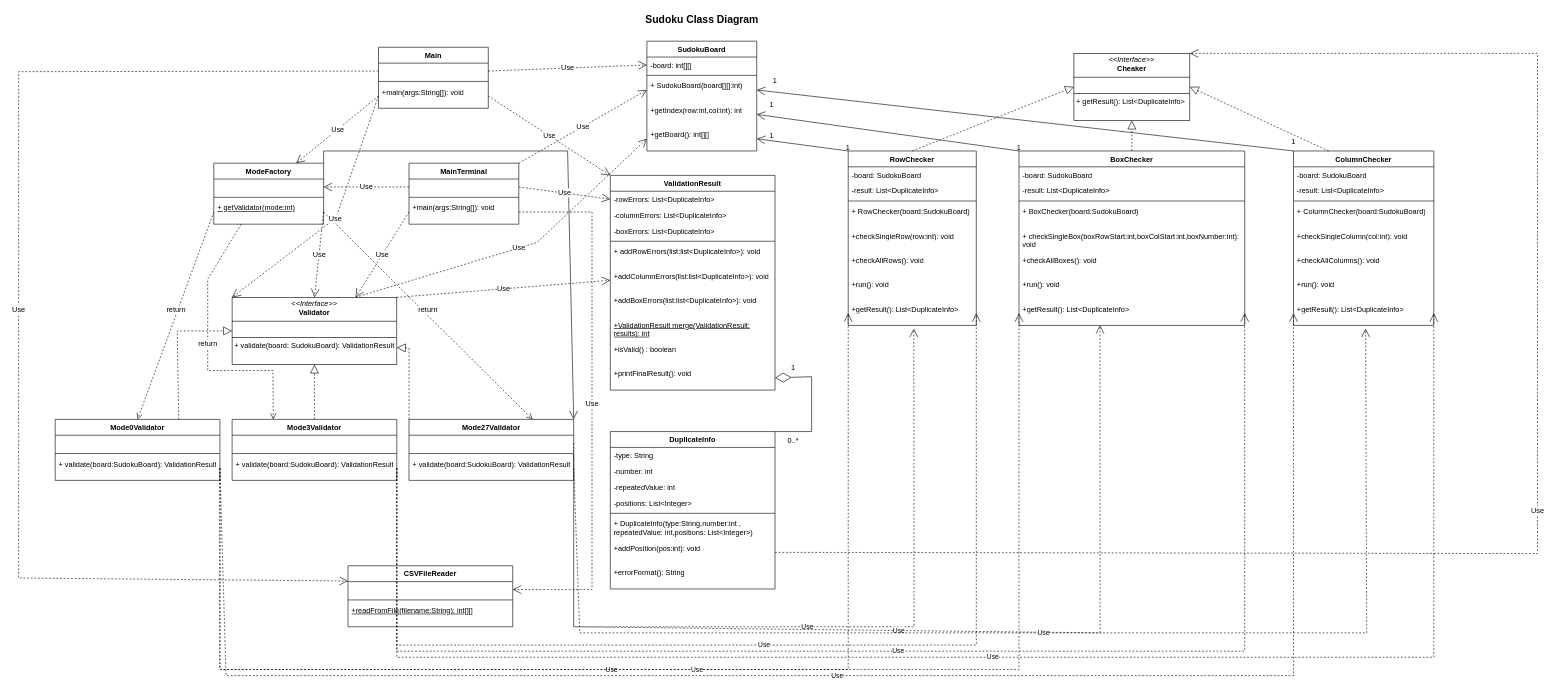
This is ClassDiagram.drawio from ghadeer4705/Lab9_Sudoku1, a draw.io file, before an edit. Source tidied: cells renumbered, new cells numbered last; positions are measured from the earlier drawing's top-left corner, leaving out a move shared by most shapes. Both pictures are drawn from the tidied source at 61%, with x=0, y=0 at pixel (18, 10).
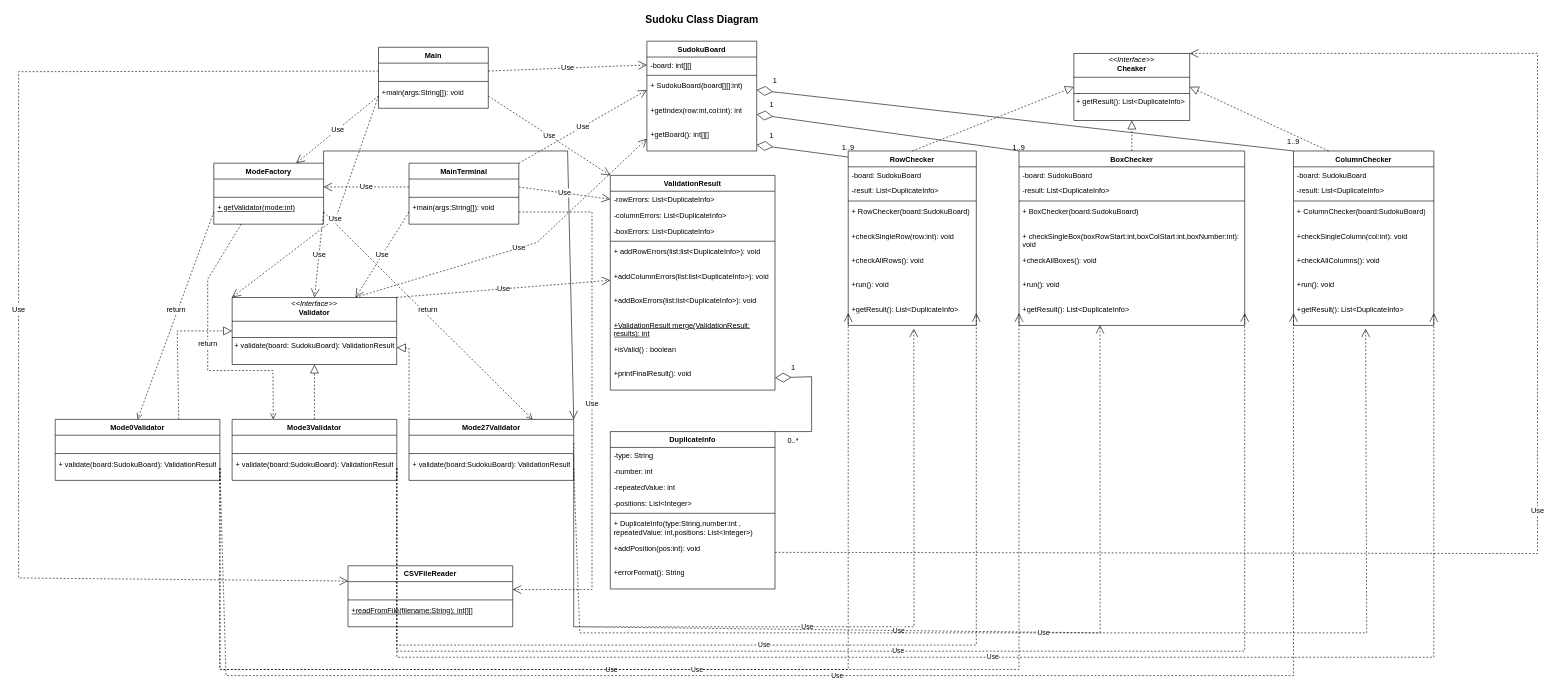
The same diagram, later.

Unchanged cells that the change refers to:
```xml
<mxCell id="6" value="+ SudokuBoard(board[][]:int)" style="text;strokeColor=none;fillColor=none;align=left;verticalAlign=top;spacingLeft=4;spacingRight=4;overflow=hidden;points=[[0,0.5],[1,0.5]];portConstraint=eastwest;whiteSpace=wrap;html=1;" parent="3" vertex="1">
  <mxGeometry y="60" width="180" height="40" as="geometry" />
</mxCell>
<mxCell id="7" value="+getIndex(row:int,col:int): int" style="text;strokeColor=none;fillColor=none;align=left;verticalAlign=top;spacingLeft=4;spacingRight=4;overflow=hidden;points=[[0,0.5],[1,0.5]];portConstraint=eastwest;whiteSpace=wrap;html=1;" parent="3" vertex="1">
  <mxGeometry y="100" width="180" height="40" as="geometry" />
</mxCell>
<mxCell id="8" value="+getBoard(): int[][]" style="text;strokeColor=none;fillColor=none;align=left;verticalAlign=top;spacingLeft=4;spacingRight=4;overflow=hidden;points=[[0,0.5],[1,0.5]];portConstraint=eastwest;whiteSpace=wrap;html=1;" parent="3" vertex="1">
  <mxGeometry y="140" width="180" height="40" as="geometry" />
</mxCell>
<mxCell id="34" value="RowChecker" style="swimlane;fontStyle=1;align=center;verticalAlign=top;horizontal=1;startSize=26;whiteSpace=wrap;html=1;fillColor=light-dark(#FFFFFF,#A680B8);strokeColor=light-dark(#000000,#C3ABD0);" parent="1" vertex="1">
  <mxGeometry x="1360" y="230" width="210" height="286" as="geometry" />
</mxCell>
<mxCell id="43" value="BoxChecker" style="swimlane;fontStyle=1;align=center;verticalAlign=top;horizontal=1;startSize=26;whiteSpace=wrap;html=1;fillColor=light-dark(#FFFFFF,#A680B8);strokeColor=light-dark(#000000,#C3ABD0);" parent="1" vertex="1">
  <mxGeometry x="1640" y="230" width="370" height="286" as="geometry" />
</mxCell>
<mxCell id="52" value="ColumnChecker" style="swimlane;fontStyle=1;align=center;verticalAlign=top;horizontal=1;startSize=26;whiteSpace=wrap;html=1;fillColor=light-dark(#FFFFFF,#A680B8);strokeColor=light-dark(#000000,#C3ABD0);" parent="1" vertex="1">
  <mxGeometry x="2090" y="230" width="230" height="286" as="geometry" />
</mxCell>
<mxCell id="124" value="1" style="text;html=1;whiteSpace=wrap;strokeColor=none;fillColor=none;align=center;verticalAlign=middle;rounded=0;" parent="1" vertex="1">
  <mxGeometry x="1210" y="190" width="50" height="30" as="geometry" />
</mxCell>
```

The edit, as a diff of the source:
```diff
@@
-    <mxCell id="102" style="endArrow=open;endFill=1;endSize=12;html=1;rounded=0;entryX=1;entryY=0.5;entryDx=0;entryDy=0;exitX=0;exitY=0;exitDx=0;exitDy=0;" parent="1" edge="1" source="34" target="8">
-      <mxGeometry relative="1" as="geometry" />
-    </mxCell>
-    <mxCell id="103" style="endArrow=open;endFill=1;endSize=12;html=1;rounded=0;entryX=1;entryY=0.5;entryDx=0;entryDy=0;exitX=0;exitY=0;exitDx=0;exitDy=0;" parent="1" edge="1" source="43" target="7">
-      <mxGeometry relative="1" as="geometry" />
-    </mxCell>
-    <mxCell id="104" style="endArrow=open;endFill=1;endSize=12;html=1;rounded=0;entryX=1;entryY=0.5;entryDx=0;entryDy=0;exitX=0;exitY=0;exitDx=0;exitDy=0;" parent="1" edge="1" source="52" target="6">
-      <mxGeometry relative="1" as="geometry" />
-    </mxCell>
@@
-    <mxCell id="123" value="1" style="text;html=1;whiteSpace=wrap;strokeColor=none;fillColor=none;align=center;verticalAlign=middle;rounded=0;" parent="1" vertex="1">
+    <mxCell id="123" value="1..9" style="text;html=1;whiteSpace=wrap;strokeColor=none;fillColor=none;align=center;verticalAlign=middle;rounded=0;" parent="1" vertex="1">
       <mxGeometry x="1330" y="210" width="60" height="30" as="geometry" />
     </mxCell>
@@
-    <mxCell id="127" value="1" style="text;html=1;whiteSpace=wrap;strokeColor=none;fillColor=none;align=center;verticalAlign=middle;rounded=0;" parent="1" vertex="1">
+    <mxCell id="127" value="1..9" style="text;html=1;whiteSpace=wrap;strokeColor=none;fillColor=none;align=center;verticalAlign=middle;rounded=0;" parent="1" vertex="1">
       <mxGeometry x="1610" y="210" width="60" height="30" as="geometry" />
     </mxCell>
-    <mxCell id="128" value="1" style="text;html=1;whiteSpace=wrap;strokeColor=none;fillColor=none;align=center;verticalAlign=middle;rounded=0;" parent="1" vertex="1">
+    <mxCell id="128" value="1..9" style="text;html=1;whiteSpace=wrap;strokeColor=none;fillColor=none;align=center;verticalAlign=middle;rounded=0;" parent="1" vertex="1">
       <mxGeometry x="2060" y="200" width="60" height="30" as="geometry" />
     </mxCell>
@@
+    <mxCell id="131" style="endArrow=diamondThin;endFill=0;endSize=24;html=1;rounded=0;entryX=0;entryY=1;entryDx=0;entryDy=0;exitX=0.5;exitY=1;exitDx=0;exitDy=0;" parent="1" edge="1" source="123" target="124">
+      <mxGeometry relative="1" as="geometry" />
+    </mxCell>
+    <mxCell id="103" style="endArrow=diamondThin;endFill=0;endSize=24;html=1;rounded=0;entryX=1;entryY=0.5;entryDx=0;entryDy=0;exitX=0;exitY=0;exitDx=0;exitDy=0;" parent="1" edge="1" source="43" target="7">
+      <mxGeometry relative="1" as="geometry" />
+    </mxCell>
+    <mxCell id="132" style="endArrow=diamondThin;endFill=0;endSize=24;html=1;rounded=0;entryX=1;entryY=0.5;entryDx=0;entryDy=0;exitX=0.5;exitY=1;exitDx=0;exitDy=0;" parent="1" edge="1" source="128" target="6">
+      <mxGeometry relative="1" as="geometry" />
+    </mxCell>
```
